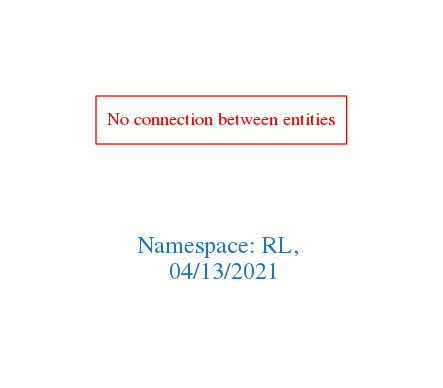
The Graphviz diagram downloads/RL.png in arago/OGIT, before a commit. Its source is kept beside it as downloads/RL.dot.
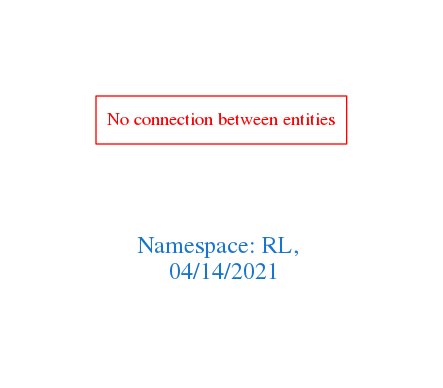
The same file after the commit.

Diff of the diagram source:
```diff
@@ -1,7 +1,7 @@
 digraph OGIT_ontology {
  graph [ rankdir= LR,pad=1
 fontsize = 18,
-fontcolor= dodgerblue3,label = "\n\n\nNamespace: RL, \n 04/13/2021"];
+fontcolor= dodgerblue3,label = "\n\n\nNamespace: RL, \n 04/14/2021"];
 node[shape=polygon];
 edge [  color="gray81"];
 
```
